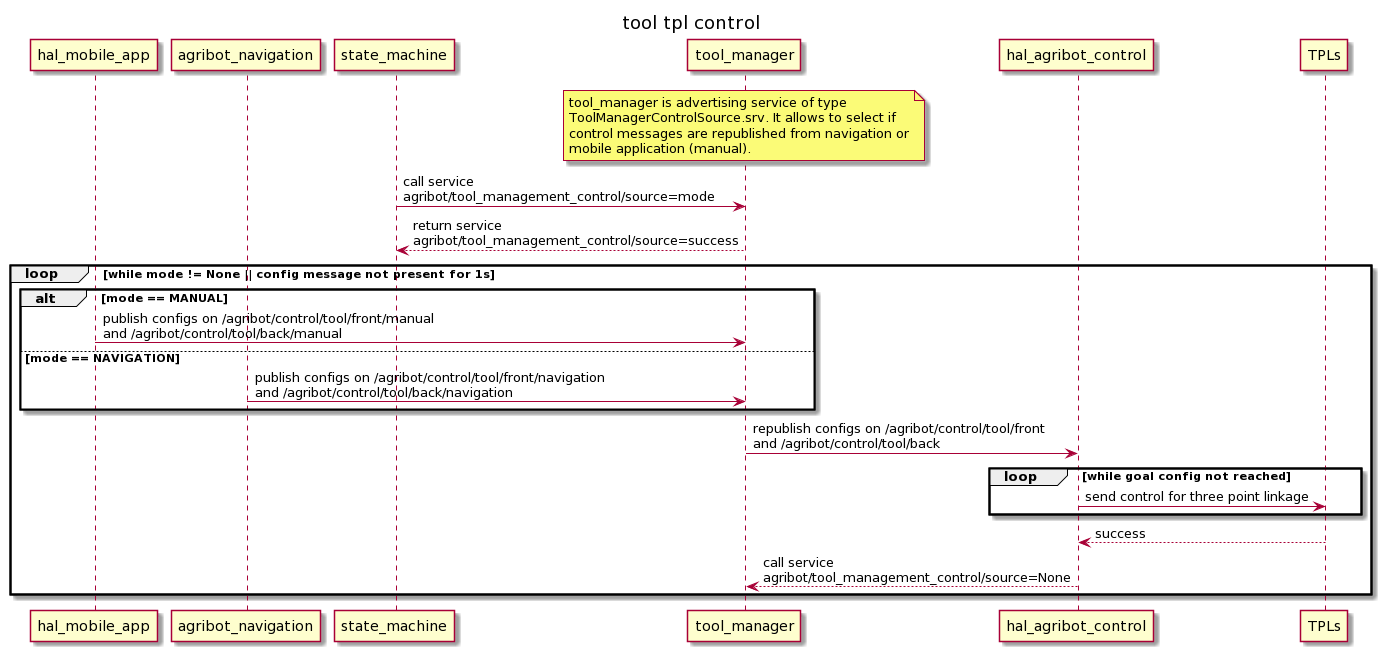
Earlier version of the PlantUML export doc/tpl_control.png (agribot-2-0/agribot_tools_management).
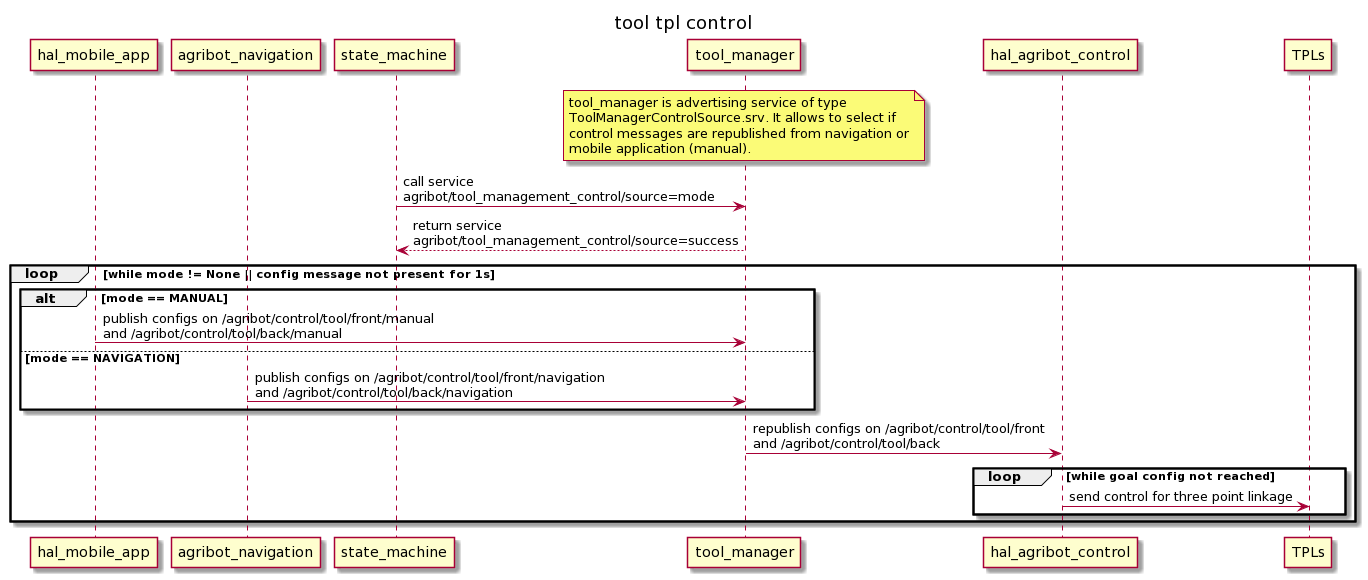
After the commit.

Commit message:
Fixed sequence diagram for tpl_control

The edit, as a diff of the source:
```diff
@@ -11,7 +11,6 @@
 note over tool_manager:tool_manager is advertising service of type \nToolManagerControlSource.srv. It allows to select if\ncontrol messages are republished from navigation or\nmobile application (manual).
 
 state_machine->tool_manager:call service\nagribot/tool_management_control/source=mode
-
 tool_manager-->state_machine: return service\nagribot/tool_management_control/source=success
 loop while mode != None || config message not present for 1s
 alt mode == MANUAL
@@ -24,8 +23,6 @@
 loop while goal config not reached
 hal_agribot_control->TPLs: send control for three point linkage
 end
-TPLs-->hal_agribot_control: success
-hal_agribot_control-->tool_manager:call service\nagribot/tool_management_control/source=None
 
 end
 @enduml
```
